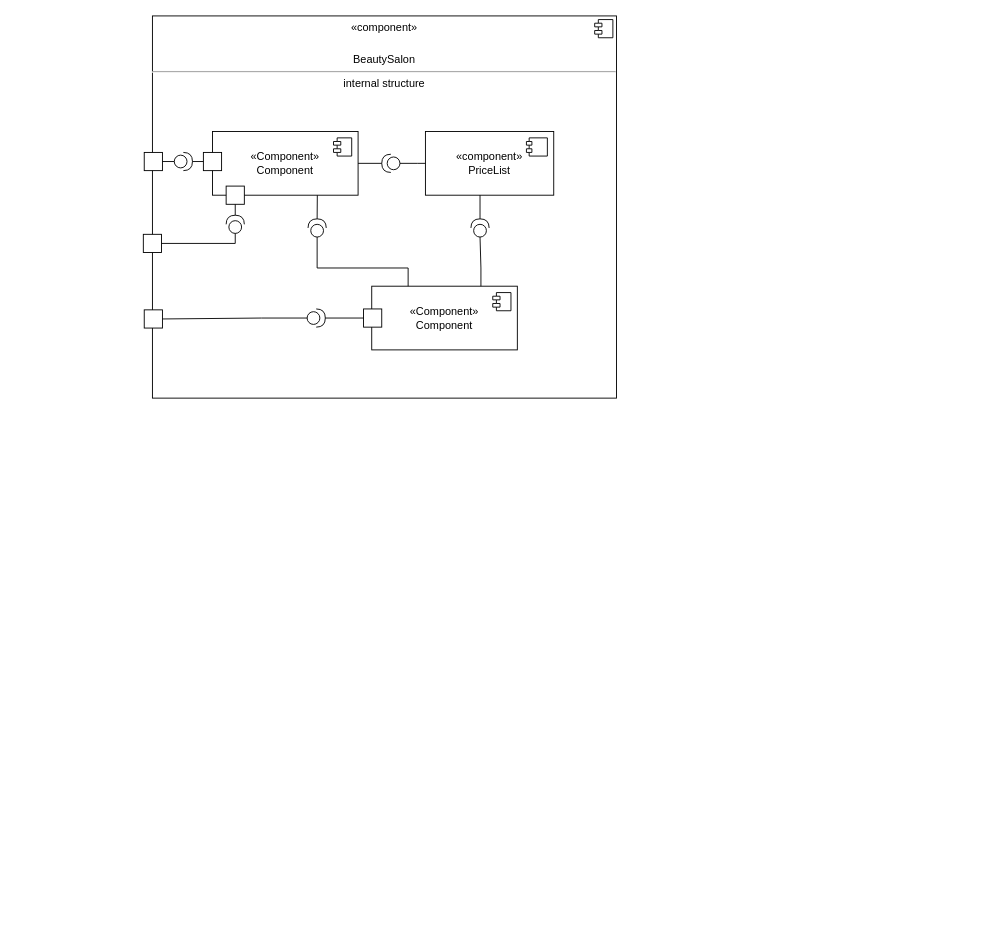
Before: Диаграмма компонентов2.drawio in Artvell3000/umlLab2, a draw.io diagram. Source tidied: cells renumbered, new cells numbered last; positions are measured from the earlier drawing's top-left corner, leaving out a move shared by most shapes. Both pictures are drawn from the tidied source at 91%, with x=0, y=0 at pixel (143, 15).
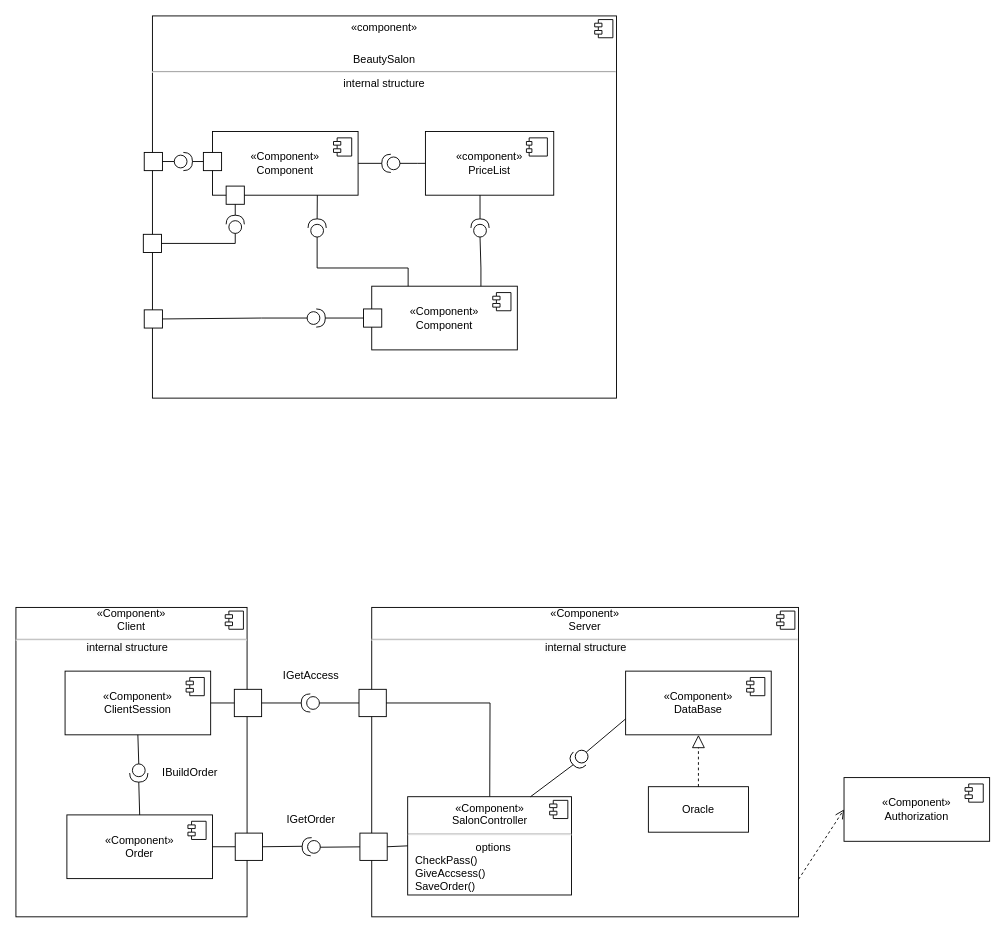
Above is the later version.

Diff of the diagram source:
```diff
@@
+    <mxCell id="35" value="&lt;div style=&quot;text-align: center;&quot;&gt;&lt;span style=&quot;background-color: initial;&quot;&gt;«Component»&lt;/span&gt;&lt;/div&gt;&lt;span style=&quot;border-color: var(--border-color);&quot;&gt;&lt;div style=&quot;text-align: center;&quot;&gt;&lt;span style=&quot;background-color: initial; border-color: var(--border-color);&quot;&gt;Client&lt;/span&gt;&lt;/div&gt;&lt;/span&gt;&lt;hr&gt;&lt;p style=&quot;margin:0px;margin-left:8px;&quot;&gt;&lt;br&gt;&lt;/p&gt;" style="align=left;overflow=fill;html=1;whiteSpace=wrap;" parent="1" vertex="1">
+      <mxGeometry x="-140" y="650" width="254" height="340" as="geometry" />
+    </mxCell>
+    <mxCell id="36" style="shape=component;jettyWidth=8;jettyHeight=4;" parent="35" vertex="1">
+      <mxGeometry x="1" width="20" height="20" relative="1" as="geometry">
+        <mxPoint x="-24" y="4" as="offset" />
+      </mxGeometry>
+    </mxCell>
+    <mxCell id="37" value="«Component»&lt;br&gt;ClientSession" style="html=1;whiteSpace=wrap;" parent="1" vertex="1">
+      <mxGeometry x="-86" y="720" width="160" height="70" as="geometry" />
+    </mxCell>
+    <mxCell id="38" style="shape=module;jettyWidth=8;jettyHeight=4;" parent="37" vertex="1">
+      <mxGeometry x="1" width="20" height="20" relative="1" as="geometry">
+        <mxPoint x="-27" y="7" as="offset" />
+      </mxGeometry>
+    </mxCell>
+    <mxCell id="39" value="&lt;div style=&quot;text-align: center;&quot;&gt;&lt;span style=&quot;background-color: initial;&quot;&gt;«Component»&lt;/span&gt;&lt;/div&gt;&lt;span style=&quot;border-color: var(--border-color);&quot;&gt;&lt;div style=&quot;text-align: center;&quot;&gt;&lt;span style=&quot;background-color: initial; border-color: var(--border-color);&quot;&gt;Server&lt;/span&gt;&lt;/div&gt;&lt;/span&gt;&lt;hr&gt;&lt;p style=&quot;margin:0px;margin-left:8px;&quot;&gt;&lt;br&gt;&lt;/p&gt;" style="align=left;overflow=fill;html=1;whiteSpace=wrap;" parent="1" vertex="1">
+      <mxGeometry x="251" y="650" width="469" height="340" as="geometry" />
+    </mxCell>
+    <mxCell id="40" style="shape=component;jettyWidth=8;jettyHeight=4;" parent="39" vertex="1">
+      <mxGeometry x="1" width="20" height="20" relative="1" as="geometry">
+        <mxPoint x="-24" y="4" as="offset" />
+      </mxGeometry>
+    </mxCell>
+    <mxCell id="41" style="rounded=0;whiteSpace=wrap;html=1;" parent="1" vertex="1">
+      <mxGeometry x="100" y="740" width="30" height="30" as="geometry" />
+    </mxCell>
+    <mxCell id="42" style="rounded=0;whiteSpace=wrap;html=1;" parent="1" vertex="1">
+      <mxGeometry x="237" y="740" width="30" height="30" as="geometry" />
+    </mxCell>
+    <mxCell id="43" style="shape=providedRequiredInterface;html=1;verticalLabelPosition=bottom;sketch=0;rotation=-180;" parent="1" vertex="1">
+      <mxGeometry x="173.5" y="745" width="20" height="20" as="geometry" />
+    </mxCell>
+    <mxCell id="44" style="endArrow=none;html=1;rounded=0;exitX=0;exitY=0.5;exitDx=0;exitDy=0;exitPerimeter=0;entryX=0;entryY=0.5;entryDx=0;entryDy=0;" parent="1" edge="1" source="43" target="42">
+      <mxGeometry relative="1" as="geometry" />
+    </mxCell>
+    <mxCell id="45" style="endArrow=none;html=1;rounded=0;exitX=1;exitY=0.5;exitDx=0;exitDy=0;entryX=1;entryY=0.5;entryDx=0;entryDy=0;entryPerimeter=0;" parent="1" edge="1" source="41" target="43">
+      <mxGeometry relative="1" as="geometry" />
+    </mxCell>
+    <mxCell id="46" style="endArrow=none;html=1;rounded=0;exitX=1;exitY=0.5;exitDx=0;exitDy=0;entryX=0;entryY=0.5;entryDx=0;entryDy=0;" parent="1" edge="1" source="37" target="41">
+      <mxGeometry relative="1" as="geometry" />
+    </mxCell>
+    <mxCell id="47" style="endArrow=none;html=1;rounded=0;exitX=1;exitY=0.5;exitDx=0;exitDy=0;" parent="1" edge="1" source="42" target="54">
+      <mxGeometry relative="1" as="geometry">
+        <Array as="points">
+          <mxPoint x="381" y="755" />
+        </Array>
+      </mxGeometry>
+    </mxCell>
+    <mxCell id="48" value="«Component»&lt;br&gt;Order" style="html=1;whiteSpace=wrap;" parent="1" vertex="1">
+      <mxGeometry x="-84" y="878" width="160" height="70" as="geometry" />
+    </mxCell>
+    <mxCell id="49" style="shape=module;jettyWidth=8;jettyHeight=4;" parent="48" vertex="1">
+      <mxGeometry x="1" width="20" height="20" relative="1" as="geometry">
+        <mxPoint x="-27" y="7" as="offset" />
+      </mxGeometry>
+    </mxCell>
+    <mxCell id="50" style="shape=providedRequiredInterface;html=1;verticalLabelPosition=bottom;sketch=0;rotation=90;" parent="1" vertex="1">
+      <mxGeometry x="-15" y="822" width="20" height="20" as="geometry" />
+    </mxCell>
+    <mxCell id="51" value="IBuildOrder" style="text;html=1;align=center;verticalAlign=middle;strokeColor=none;fillColor=none;" parent="1" vertex="1">
+      <mxGeometry x="11" y="817" width="80" height="30" as="geometry" />
+    </mxCell>
+    <mxCell id="52" style="endArrow=none;html=1;rounded=0;entryX=0;entryY=0.5;entryDx=0;entryDy=0;entryPerimeter=0;exitX=0.5;exitY=1;exitDx=0;exitDy=0;" parent="1" edge="1" source="37" target="50">
+      <mxGeometry relative="1" as="geometry" />
+    </mxCell>
+    <mxCell id="53" style="endArrow=none;html=1;rounded=0;exitX=1;exitY=0.5;exitDx=0;exitDy=0;entryX=0.5;entryY=0;entryDx=0;entryDy=0;exitPerimeter=0;" parent="1" edge="1" source="50" target="48">
+      <mxGeometry relative="1" as="geometry" />
+    </mxCell>
+    <mxCell id="54" value="&lt;p style=&quot;margin:0px;margin-top:6px;text-align:center;&quot;&gt;&lt;/p&gt;&lt;div style=&quot;text-align: center;&quot;&gt;&lt;span style=&quot;background-color: initial;&quot;&gt;«Component»&lt;/span&gt;&lt;/div&gt;&lt;span style=&quot;&quot;&gt;&lt;div style=&quot;text-align: center;&quot;&gt;&lt;span style=&quot;background-color: initial;&quot;&gt;SalonController&lt;/span&gt;&lt;/div&gt;&lt;/span&gt;&lt;hr&gt;&lt;p style=&quot;text-align: center; margin: 0px 0px 0px 8px;&quot;&gt;options&lt;/p&gt;&lt;p style=&quot;margin: 0px 0px 0px 8px;&quot;&gt;CheckPass()&lt;/p&gt;&lt;p style=&quot;margin: 0px 0px 0px 8px;&quot;&gt;GiveAccsess()&lt;/p&gt;&lt;p style=&quot;margin: 0px 0px 0px 8px;&quot;&gt;SaveOrder()&lt;/p&gt;" style="align=left;overflow=fill;html=1;whiteSpace=wrap;" parent="1" vertex="1">
+      <mxGeometry x="290.5" y="858" width="180" height="108" as="geometry" />
+    </mxCell>
+    <mxCell id="55" style="shape=component;jettyWidth=8;jettyHeight=4;" parent="54" vertex="1">
+      <mxGeometry x="1" width="20" height="20" relative="1" as="geometry">
+        <mxPoint x="-24" y="4" as="offset" />
+      </mxGeometry>
+    </mxCell>
+    <mxCell id="56" style="rounded=0;whiteSpace=wrap;html=1;" parent="1" vertex="1">
+      <mxGeometry x="101" y="898" width="30" height="30" as="geometry" />
+    </mxCell>
+    <mxCell id="57" style="rounded=0;whiteSpace=wrap;html=1;" parent="1" vertex="1">
+      <mxGeometry x="238" y="898" width="30" height="30" as="geometry" />
+    </mxCell>
+    <mxCell id="58" style="shape=providedRequiredInterface;html=1;verticalLabelPosition=bottom;sketch=0;rotation=-177;" parent="1" vertex="1">
+      <mxGeometry x="174.5" y="903" width="20" height="20" as="geometry" />
+    </mxCell>
+    <mxCell id="59" style="endArrow=none;html=1;rounded=0;exitX=1;exitY=0.5;exitDx=0;exitDy=0;exitPerimeter=0;entryX=1;entryY=0.5;entryDx=0;entryDy=0;" parent="1" edge="1" source="58" target="56">
+      <mxGeometry relative="1" as="geometry" />
+    </mxCell>
+    <mxCell id="60" style="endArrow=none;html=1;rounded=0;entryX=0;entryY=0.5;entryDx=0;entryDy=0;entryPerimeter=0;" parent="1" edge="1" source="57" target="58">
+      <mxGeometry relative="1" as="geometry" />
+    </mxCell>
+    <mxCell id="61" style="endArrow=none;html=1;rounded=0;exitX=1;exitY=0.5;exitDx=0;exitDy=0;entryX=0;entryY=0.5;entryDx=0;entryDy=0;" parent="1" edge="1" source="48" target="56">
+      <mxGeometry relative="1" as="geometry" />
+    </mxCell>
+    <mxCell id="62" style="endArrow=none;html=1;rounded=0;exitX=1;exitY=0.5;exitDx=0;exitDy=0;entryX=0;entryY=0.5;entryDx=0;entryDy=0;" parent="1" edge="1" source="57" target="54">
+      <mxGeometry relative="1" as="geometry" />
+    </mxCell>
+    <mxCell id="63" value="«Component»&lt;br&gt;DataBase" style="html=1;whiteSpace=wrap;" parent="1" vertex="1">
+      <mxGeometry x="530" y="720" width="160" height="70" as="geometry" />
+    </mxCell>
+    <mxCell id="64" style="shape=module;jettyWidth=8;jettyHeight=4;" parent="63" vertex="1">
+      <mxGeometry x="1" width="20" height="20" relative="1" as="geometry">
+        <mxPoint x="-27" y="7" as="offset" />
+      </mxGeometry>
+    </mxCell>
+    <mxCell id="65" style="shape=providedRequiredInterface;html=1;verticalLabelPosition=bottom;sketch=0;rotation=-224;" parent="1" vertex="1">
+      <mxGeometry x="469.5" y="806" width="20" height="20" as="geometry" />
+    </mxCell>
+    <mxCell id="66" style="endArrow=none;html=1;rounded=0;exitX=0;exitY=0.5;exitDx=0;exitDy=0;exitPerimeter=0;entryX=0;entryY=0.75;entryDx=0;entryDy=0;" parent="1" edge="1" source="65" target="63">
+      <mxGeometry relative="1" as="geometry" />
+    </mxCell>
+    <mxCell id="67" style="endArrow=none;html=1;rounded=0;exitX=0.75;exitY=0;exitDx=0;exitDy=0;entryX=1;entryY=0.5;entryDx=0;entryDy=0;entryPerimeter=0;" parent="1" edge="1" source="54" target="65">
+      <mxGeometry relative="1" as="geometry" />
+    </mxCell>
+    <mxCell id="68" value="Oracle" style="html=1;whiteSpace=wrap;" parent="1" vertex="1">
+      <mxGeometry x="555" y="847" width="110" height="50" as="geometry" />
+    </mxCell>
+    <mxCell id="69" style="endArrow=block;dashed=1;endFill=0;endSize=12;html=1;rounded=0;exitX=0.5;exitY=0;exitDx=0;exitDy=0;entryX=0.5;entryY=1;entryDx=0;entryDy=0;" parent="1" edge="1" source="68" target="63">
+      <mxGeometry relative="1" as="geometry" />
+    </mxCell>
+    <mxCell id="70" value="IGetAccess" style="text;html=1;align=center;verticalAlign=middle;strokeColor=none;fillColor=none;" parent="1" vertex="1">
+      <mxGeometry x="143.5" y="710" width="80" height="30" as="geometry" />
+    </mxCell>
+    <mxCell id="71" value="IGetOrder" style="text;html=1;align=center;verticalAlign=middle;strokeColor=none;fillColor=none;" parent="1" vertex="1">
+      <mxGeometry x="143.5" y="868" width="80" height="30" as="geometry" />
+    </mxCell>
+    <mxCell id="72" value="&lt;span style=&quot;color: rgb(0, 0, 0); font-family: Helvetica; font-size: 12px; font-style: normal; font-variant-ligatures: normal; font-variant-caps: normal; font-weight: 400; letter-spacing: normal; orphans: 2; text-align: center; text-indent: 0px; text-transform: none; widows: 2; word-spacing: 0px; -webkit-text-stroke-width: 0px; background-color: rgb(251, 251, 251); text-decoration-thickness: initial; text-decoration-style: initial; text-decoration-color: initial; float: none; display: inline !important;&quot;&gt;internal structure&lt;/span&gt;" style="text;whiteSpace=wrap;html=1;" parent="1" vertex="1">
+      <mxGeometry x="440" y="680" width="120" height="40" as="geometry" />
+    </mxCell>
+    <mxCell id="73" value="&lt;span style=&quot;color: rgb(0, 0, 0); font-family: Helvetica; font-size: 12px; font-style: normal; font-variant-ligatures: normal; font-variant-caps: normal; font-weight: 400; letter-spacing: normal; orphans: 2; text-align: center; text-indent: 0px; text-transform: none; widows: 2; word-spacing: 0px; -webkit-text-stroke-width: 0px; background-color: rgb(251, 251, 251); text-decoration-thickness: initial; text-decoration-style: initial; text-decoration-color: initial; float: none; display: inline !important;&quot;&gt;internal structure&lt;/span&gt;" style="text;whiteSpace=wrap;html=1;" parent="1" vertex="1">
+      <mxGeometry x="-64" y="680" width="120" height="40" as="geometry" />
+    </mxCell>
+    <mxCell id="74" value="«Component»&lt;br&gt;Authorization" style="html=1;whiteSpace=wrap;" parent="1" vertex="1">
+      <mxGeometry x="770" y="837" width="160" height="70" as="geometry" />
+    </mxCell>
+    <mxCell id="75" style="shape=module;jettyWidth=8;jettyHeight=4;" parent="74" vertex="1">
+      <mxGeometry x="1" width="20" height="20" relative="1" as="geometry">
+        <mxPoint x="-27" y="7" as="offset" />
+      </mxGeometry>
+    </mxCell>
+    <mxCell id="76" style="html=1;verticalAlign=bottom;endArrow=open;dashed=1;endSize=8;curved=0;rounded=0;entryX=0;entryY=0.5;entryDx=0;entryDy=0;exitX=1;exitY=0.879;exitDx=0;exitDy=0;exitPerimeter=0;" parent="1" edge="1" source="39" target="74">
+      <mxGeometry relative="1" as="geometry" />
+    </mxCell>
```
